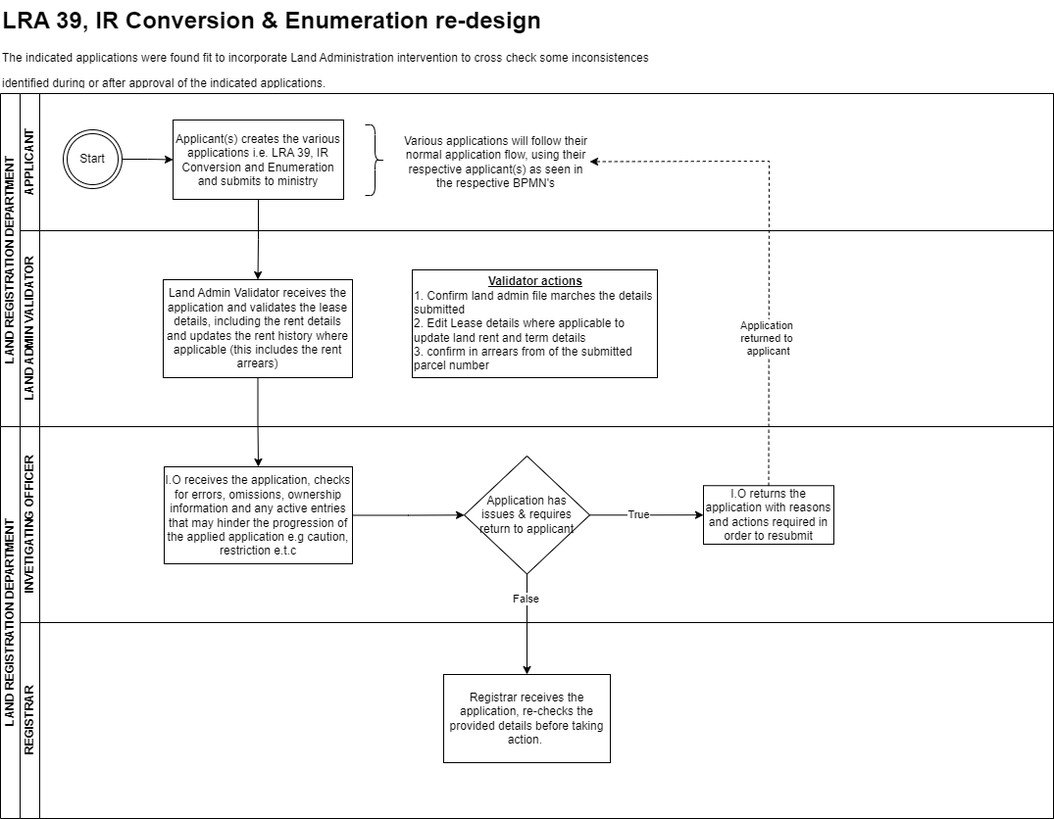
geoprojectke/BPMN keeps this draw.io diagram as Ownership processes re-implementation.drawio.png. Above is the earlier version. Source tidied: cells renumbered, new cells last; positions are measured from the earlier drawing's top-left corner, leaving out a move shared by most shapes.
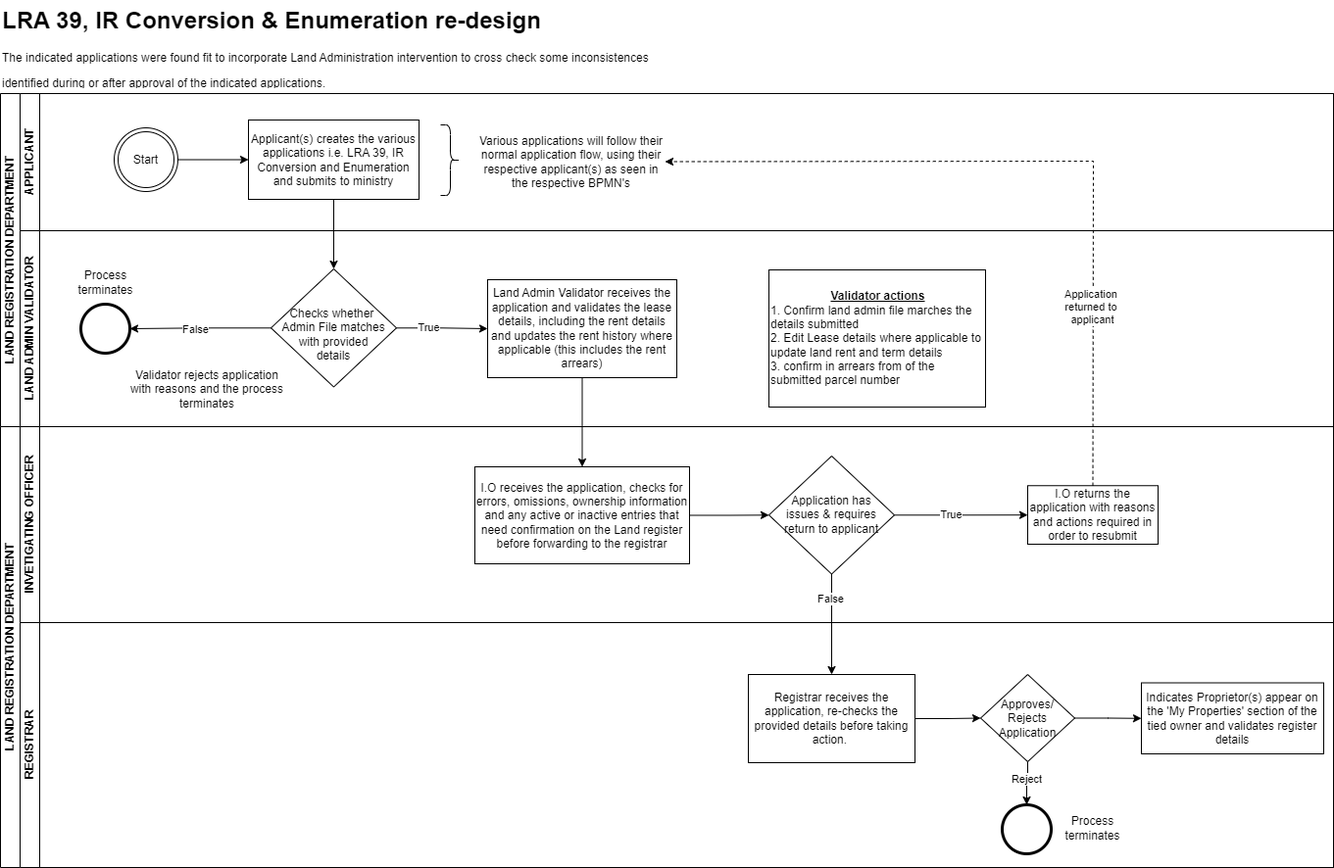
After the change.

What changed in the source:
```diff
@@ -6,43 +6,40 @@
       <mxGeometry relative="1" as="geometry" />
     </mxCell>
     <mxCell id="3" value="Start" style="ellipse;shape=doubleEllipse;html=1;dashed=0;whiteSpace=wrap;" parent="1" vertex="1">
-      <mxGeometry x="64" y="132" width="60" height="60" as="geometry" />
+      <mxGeometry x="116" y="130" width="65" height="65" as="geometry" />
     </mxCell>
     <mxCell id="4" value="LAND REGISTRATION DEPARTMENT" style="swimlane;horizontal=0;startSize=20;html=1;" parent="1" vertex="1">
-      <mxGeometry y="95" width="1074" height="340" as="geometry" />
+      <mxGeometry y="95" width="1360" height="340" as="geometry" />
     </mxCell>
     <mxCell id="5" value="APPLICANT" style="swimlane;startSize=20;horizontal=0;html=1;" parent="4" vertex="1">
-      <mxGeometry x="20" width="1054" height="140" as="geometry" />
+      <mxGeometry x="20" width="1340" height="140" as="geometry" />
     </mxCell>
     <mxCell id="6" value="Applicant(s) creates the various applications i.e. LRA 39, IR Conversion and Enumeration and submits to ministry" style="whiteSpace=wrap;html=1;dashed=0;" parent="5" vertex="1">
-      <mxGeometry x="156" y="27" width="174" height="81" as="geometry" />
+      <mxGeometry x="233" y="27" width="174" height="81" as="geometry" />
     </mxCell>
     <mxCell id="7" value="Various applications will follow their normal application flow, using their respective applicant(s) as seen in the respective BPMN's" style="text;html=1;align=center;verticalAlign=middle;whiteSpace=wrap;rounded=0;" parent="5" vertex="1">
-      <mxGeometry x="390" y="48" width="191" height="43" as="geometry" />
+      <mxGeometry x="467" y="48" width="191" height="43" as="geometry" />
     </mxCell>
     <mxCell id="8" value="LAND ADMIN VALIDATOR" style="swimlane;startSize=20;horizontal=0;html=1;" parent="4" vertex="1">
-      <mxGeometry x="20" y="140" width="1054" height="200" as="geometry" />
+      <mxGeometry x="20" y="140" width="1340" height="200" as="geometry" />
     </mxCell>
     <mxCell id="9" value="Land Admin Validator receives the application and validates the lease details, including the rent details and updates the rent history where applicable (this includes the rent arrears)" style="whiteSpace=wrap;html=1;dashed=0;" parent="8" vertex="1">
-      <mxGeometry x="146" y="50" width="193" height="100" as="geometry" />
+      <mxGeometry x="477" y="50" width="193" height="100" as="geometry" />
     </mxCell>
     <mxCell id="10" value="&lt;div style=&quot;text-align: center;&quot;&gt;&lt;span style=&quot;background-color: initial;&quot;&gt;&lt;u&gt;&lt;b&gt;Validator actions&lt;/b&gt;&lt;/u&gt;&lt;/span&gt;&lt;/div&gt;&lt;div&gt;1. Confirm land admin file marches the details submitted&lt;br&gt;&lt;div&gt;2. Edit Lease details where applicable to update land rent and term details&lt;/div&gt;&lt;/div&gt;&lt;div&gt;3. confirm in arrears from of the submitted parcel number&lt;/div&gt;" style="whiteSpace=wrap;html=1;dashed=0;align=left;" parent="8" vertex="1">
-      <mxGeometry x="400" y="40" width="250" height="110" as="geometry" />
+      <mxGeometry x="764" y="40" width="221" height="140" as="geometry" />
     </mxCell>
-    <mxCell id="11" style="edgeStyle=orthogonalEdgeStyle;rounded=0;jettySize=auto;html=1;" parent="4" edge="1" source="6" target="9">
-      <mxGeometry relative="1" as="geometry" />
-    </mxCell>
     <mxCell id="12" value="LAND REGISTRATION DEPARTMENT" style="swimlane;horizontal=0;startSize=20;html=1;" parent="1" vertex="1">
-      <mxGeometry y="435" width="1074" height="400" as="geometry" />
+      <mxGeometry y="435" width="1360" height="450" as="geometry" />
     </mxCell>
     <mxCell id="13" value="INVETIGATING OFFICER" style="swimlane;startSize=20;horizontal=0;html=1;" parent="12" vertex="1">
-      <mxGeometry x="20" width="1054" height="200" as="geometry" />
+      <mxGeometry x="20" width="1340" height="200" as="geometry" />
     </mxCell>
     <mxCell id="14" style="edgeStyle=orthogonalEdgeStyle;rounded=0;jettySize=auto;html=1;" parent="13" edge="1" source="15" target="18">
       <mxGeometry relative="1" as="geometry" />
     </mxCell>
-    <mxCell id="15" value="I.O receives the application, checks for errors, omissions, ownership information and any active entries that may hinder the progression of the applied application e.g caution, restriction e.t.c" style="whiteSpace=wrap;html=1;dashed=0;" parent="13" vertex="1">
-      <mxGeometry x="147" y="41" width="192" height="99" as="geometry" />
+    <mxCell id="15" value="I.O receives the application, checks for errors, omissions, ownership information and any active or inactive entries that need confirmation on the Land register before forwarding to the registrar" style="whiteSpace=wrap;html=1;dashed=0;" parent="13" vertex="1">
+      <mxGeometry x="464" y="41" width="219" height="99" as="geometry" />
     </mxCell>
     <mxCell id="16" style="edgeStyle=orthogonalEdgeStyle;rounded=0;jettySize=auto;html=1;" parent="13" edge="1" source="18" target="19">
       <mxGeometry relative="1" as="geometry" />
@@ -53,16 +50,28 @@
       </mxGeometry>
     </mxCell>
     <mxCell id="18" value="Application&amp;nbsp;&lt;span style=&quot;background-color: initial;&quot;&gt;has&lt;/span&gt;&lt;div&gt;&lt;span style=&quot;background-color: initial;&quot;&gt;issues &amp;amp; requires&lt;/span&gt;&lt;div&gt;return to applicant&lt;/div&gt;&lt;/div&gt;" style="rhombus;whiteSpace=wrap;html=1;dashed=0;" parent="13" vertex="1">
-      <mxGeometry x="453" y="30" width="128" height="120.5" as="geometry" />
+      <mxGeometry x="764" y="30" width="128" height="120.5" as="geometry" />
     </mxCell>
     <mxCell id="19" value="I.O returns the application with reasons and actions required in order to resubmit" style="whiteSpace=wrap;html=1;dashed=0;" parent="13" vertex="1">
-      <mxGeometry x="697" y="60.2" width="133" height="59.8" as="geometry" />
+      <mxGeometry x="1028" y="60.2" width="133" height="59.8" as="geometry" />
     </mxCell>
     <mxCell id="20" value="REGISTRAR" style="swimlane;startSize=20;horizontal=0;html=1;" parent="12" vertex="1">
-      <mxGeometry x="20" y="200" width="1054" height="200" as="geometry" />
+      <mxGeometry x="20" y="200" width="1340" height="250" as="geometry" />
     </mxCell>
+    <mxCell id="29" style="edgeStyle=orthogonalEdgeStyle;rounded=0;jettySize=auto;html=1;" parent="20" edge="1" source="30" target="31">
+      <mxGeometry relative="1" as="geometry" />
+    </mxCell>
+    <mxCell id="30" value="Approves/&lt;div&gt;Rejects&lt;br&gt;&lt;div&gt;Application&lt;/div&gt;&lt;/div&gt;" style="rhombus;whiteSpace=wrap;html=1;dashed=0;" parent="20" vertex="1">
+      <mxGeometry x="980" y="53" width="96" height="89" as="geometry" />
+    </mxCell>
+    <mxCell id="31" value="Indicates Proprietor(s) appear on the 'My Properties' section of the tied owner and validates register details" style="whiteSpace=wrap;html=1;dashed=0;" parent="20" vertex="1">
+      <mxGeometry x="1144" y="61.5" width="186" height="72.5" as="geometry" />
+    </mxCell>
+    <mxCell id="32" style="edgeStyle=orthogonalEdgeStyle;rounded=0;jettySize=auto;html=1;" parent="1" edge="1" source="21" target="30">
+      <mxGeometry relative="1" as="geometry" />
+    </mxCell>
     <mxCell id="21" value="Registrar receives the application, re-checks the provided details before taking action.&amp;nbsp;" style="whiteSpace=wrap;html=1;dashed=0;" parent="1" vertex="1">
-      <mxGeometry x="452" y="688" width="170" height="90" as="geometry" />
+      <mxGeometry x="763" y="688" width="170" height="90" as="geometry" />
     </mxCell>
     <mxCell id="22" style="edgeStyle=orthogonalEdgeStyle;rounded=0;jettySize=auto;html=1;" parent="1" edge="1" source="18" target="21">
       <mxGeometry relative="1" as="geometry" />
@@ -71,7 +80,7 @@
       <mxGeometry x="-0.5" y="-2" relative="1" as="geometry" />
     </mxCell>
     <mxCell id="24" style="shape=curlyBracket;whiteSpace=wrap;html=1;rounded=1;flipH=1;labelPosition=right;verticalLabelPosition=middle;align=left;verticalAlign=middle;" parent="1" vertex="1">
-      <mxGeometry x="372" y="127" width="20" height="72" as="geometry" />
+      <mxGeometry x="449" y="127" width="20" height="72" as="geometry" />
     </mxCell>
     <mxCell id="25" style="edgeStyle=orthogonalEdgeStyle;rounded=0;jettySize=auto;html=1;" parent="1" edge="1" source="9" target="15">
       <mxGeometry relative="1" as="geometry" />
@@ -79,15 +88,60 @@
     <mxCell id="26" style="html=1;labelBackgroundColor=#ffffff;startArrow=none;startFill=0;startSize=6;endArrow=classic;endFill=1;endSize=6;jettySize=auto;strokeWidth=1;dashed=1;fontSize=14;rounded=0;exitX=0.5;exitY=0;exitDx=0;exitDy=0;entryX=1;entryY=0.5;entryDx=0;entryDy=0;" parent="1" edge="1" source="19" target="7">
       <mxGeometry relative="1" as="geometry">
         <Array as="points">
-          <mxPoint x="784" y="164" />
+          <mxPoint x="1115" y="164" />
         </Array>
       </mxGeometry>
     </mxCell>
     <mxCell id="27" value="Application&amp;nbsp;&lt;div&gt;returned to&amp;nbsp;&lt;/div&gt;&lt;div&gt;applicant&lt;/div&gt;" style="edgeLabel;html=1;align=center;verticalAlign=middle;" parent="26" vertex="1">
-      <mxGeometry x="-0.41" y="1" relative="1" as="geometry" />
+      <mxGeometry x="-0.41" y="1" relative="1" as="geometry">
+        <mxPoint y="43" as="offset" />
+      </mxGeometry>
     </mxCell>
     <mxCell id="28" value="&lt;h1 style=&quot;margin-top: 0px;&quot;&gt;LRA 39, IR Conversion &amp;amp; Enumeration re-design&lt;/h1&gt;&lt;p&gt;The indicated applications were found fit to incorporate Land Administration intervention to cross check some inconsistences&lt;/p&gt;&lt;p&gt;identified during or after approval of the indicated applications.&lt;/p&gt;" style="text;html=1;whiteSpace=wrap;overflow=hidden;rounded=0;" parent="1" vertex="1">
       <mxGeometry width="670" height="87" as="geometry" />
     </mxCell>
+    <mxCell id="33" style="edgeStyle=orthogonalEdgeStyle;rounded=0;jettySize=auto;html=1;" parent="1" edge="1" source="37" target="9">
+      <mxGeometry relative="1" as="geometry" />
+    </mxCell>
+    <mxCell id="34" value="True" style="edgeLabel;html=1;align=center;verticalAlign=middle;" parent="33" vertex="1">
+      <mxGeometry x="-0.29" y="2" relative="1" as="geometry">
+        <mxPoint y="1" as="offset" />
+      </mxGeometry>
+    </mxCell>
+    <mxCell id="35" style="edgeStyle=orthogonalEdgeStyle;rounded=0;jettySize=auto;html=1;" parent="1" edge="1" source="37" target="38">
+      <mxGeometry relative="1" as="geometry" />
+    </mxCell>
+    <mxCell id="36" value="False" style="edgeLabel;html=1;align=center;verticalAlign=middle;" parent="35" vertex="1">
+      <mxGeometry x="0.08" y="2" relative="1" as="geometry">
+        <mxPoint y="-2" as="offset" />
+      </mxGeometry>
+    </mxCell>
+    <mxCell id="37" value="&lt;div&gt;&lt;br&gt;&lt;/div&gt;Checks whether&amp;nbsp;&lt;div&gt;Admin File matches&lt;/div&gt;&lt;div&gt;with provided&lt;/div&gt;&lt;div&gt;details&lt;/div&gt;" style="rhombus;whiteSpace=wrap;html=1;dashed=0;" parent="1" vertex="1">
+      <mxGeometry x="276" y="274" width="128" height="120.5" as="geometry" />
+    </mxCell>
+    <mxCell id="11" style="edgeStyle=orthogonalEdgeStyle;rounded=0;jettySize=auto;html=1;entryX=0.5;entryY=0;entryDx=0;entryDy=0;" parent="1" edge="1" source="6" target="37">
+      <mxGeometry relative="1" as="geometry" />
+    </mxCell>
+    <mxCell id="38" style="points=[[0.145,0.145,0],[0.5,0,0],[0.855,0.145,0],[1,0.5,0],[0.855,0.855,0],[0.5,1,0],[0.145,0.855,0],[0,0.5,0]];shape=mxgraph.bpmn.event;html=1;verticalLabelPosition=bottom;labelBackgroundColor=#ffffff;verticalAlign=top;align=center;perimeter=ellipsePerimeter;outlineConnect=0;outline=end;symbol=terminate2;" parent="1" vertex="1">
+      <mxGeometry x="82" y="310" width="50" height="50" as="geometry" />
+    </mxCell>
+    <mxCell id="39" value="Validator rejects application with reasons and the process terminates" style="text;html=1;align=center;verticalAlign=middle;whiteSpace=wrap;rounded=0;" parent="1" vertex="1">
+      <mxGeometry x="131" y="375" width="160" height="43" as="geometry" />
+    </mxCell>
+    <mxCell id="40" value="Process&lt;div&gt;terminates&lt;/div&gt;" style="text;html=1;align=center;verticalAlign=middle;strokeColor=none;fillColor=none;" parent="1" vertex="1">
+      <mxGeometry x="67" y="268" width="80" height="40" as="geometry" />
+    </mxCell>
+    <mxCell id="41" style="points=[[0.145,0.145,0],[0.5,0,0],[0.855,0.145,0],[1,0.5,0],[0.855,0.855,0],[0.5,1,0],[0.145,0.855,0],[0,0.5,0]];shape=mxgraph.bpmn.event;html=1;verticalLabelPosition=bottom;labelBackgroundColor=#ffffff;verticalAlign=top;align=center;perimeter=ellipsePerimeter;outlineConnect=0;outline=end;symbol=terminate2;" parent="1" vertex="1">
+      <mxGeometry x="1022" y="821" width="50" height="50" as="geometry" />
+    </mxCell>
+    <mxCell id="42" value="Process&lt;div&gt;terminates&lt;/div&gt;" style="text;html=1;align=center;verticalAlign=middle;strokeColor=none;fillColor=none;" parent="1" vertex="1">
+      <mxGeometry x="1074" y="825" width="80" height="40" as="geometry" />
+    </mxCell>
+    <mxCell id="43" style="edgeStyle=orthogonalEdgeStyle;rounded=0;jettySize=auto;html=1;entryX=0.5;entryY=0;entryDx=0;entryDy=0;entryPerimeter=0;" parent="1" edge="1" source="30" target="41">
+      <mxGeometry relative="1" as="geometry" />
+    </mxCell>
+    <mxCell id="44" value="Reject" style="edgeLabel;html=1;align=center;verticalAlign=middle;" parent="43" vertex="1">
+      <mxGeometry x="-0.25" y="-2" relative="1" as="geometry" />
+    </mxCell>
   </root>
 </mxGraphModel>
```
